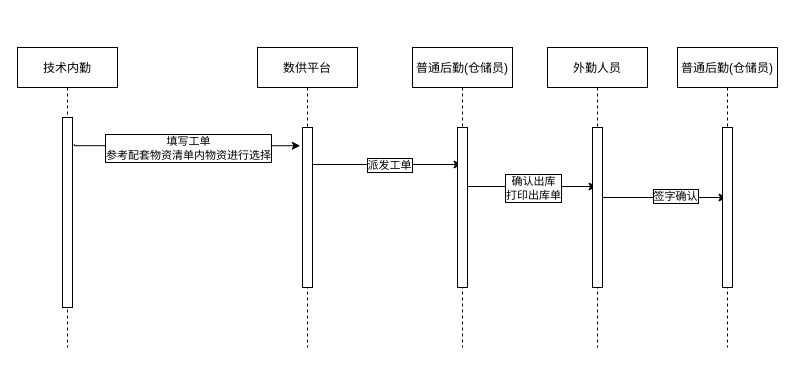
Above: 出库流程图.drawio in KongValley/Bilibili-desc (draw.io), before the change. Source tidied: cells renumbered, new cells numbered last; positions are measured from the earlier drawing's top-left corner, leaving out a move shared by most shapes. Both pictures are drawn from the tidied source at 100%, with x=0, y=0 at pixel (17, 47).
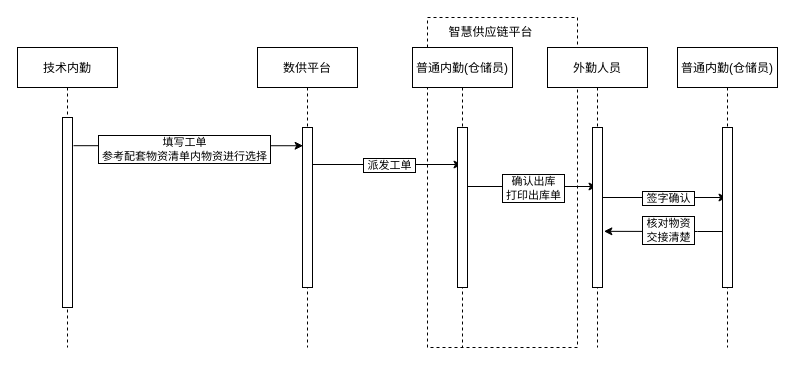
The same page after the edit.

Commit message:
更新出库流程图.drawio

The change refers to these unchanged cells:
```xml
<mxCell id="3" style="points=[];perimeter=orthogonalPerimeter;rounded=0;shadow=0;strokeWidth=1;" parent="2" vertex="1">
  <mxGeometry x="45" y="70" width="10" height="190" as="geometry" />
</mxCell>
<mxCell id="4" style="edgeStyle=orthogonalEdgeStyle;rounded=0;orthogonalLoop=1;jettySize=auto;html=1;" parent="1" edge="1">
  <mxGeometry relative="1" as="geometry">
    <mxPoint x="289.5" y="117" as="sourcePoint" />
    <mxPoint x="444.5" y="117" as="targetPoint" />
  </mxGeometry>
</mxCell>
<mxCell id="7" style="points=[];perimeter=orthogonalPerimeter;rounded=0;shadow=0;strokeWidth=1;" parent="6" vertex="1">
  <mxGeometry x="45" y="80" width="10" height="160" as="geometry" />
</mxCell>
<mxCell id="10" style="edgeStyle=orthogonalEdgeStyle;rounded=0;orthogonalLoop=1;jettySize=auto;html=1;" parent="1" edge="1">
  <mxGeometry relative="1" as="geometry">
    <mxPoint x="444.5" y="139" as="sourcePoint" />
    <mxPoint x="579.5" y="139" as="targetPoint" />
  </mxGeometry>
</mxCell>
<mxCell id="14" style="edgeStyle=orthogonalEdgeStyle;rounded=0;jettySize=auto;html=1;" parent="1" edge="1" source="16" target="18">
  <mxGeometry relative="1" as="geometry" />
</mxCell>
<mxCell id="17" style="points=[];perimeter=orthogonalPerimeter;rounded=0;shadow=0;strokeWidth=1;" parent="16" vertex="1">
  <mxGeometry x="45" y="80" width="10" height="160" as="geometry" />
</mxCell>
<mxCell id="19" style="points=[];perimeter=orthogonalPerimeter;rounded=0;shadow=0;strokeWidth=1;" parent="18" vertex="1">
  <mxGeometry x="45" y="80" width="10" height="160" as="geometry" />
</mxCell>
```

Diff of the diagram source:
```diff
@@
+    <mxCell id="20" style="group;" parent="1" vertex="1">
+      <mxGeometry x="410" y="-30" width="150" height="330" as="geometry" />
+    </mxCell>
+    <mxCell id="21" style="rounded=0;whiteSpace=wrap;html=1;dashed=1;" parent="20" vertex="1">
+      <mxGeometry width="150" height="330" as="geometry" />
+    </mxCell>
+    <mxCell id="22" value="智慧供应链平台" style="text;html=1;strokeColor=none;fillColor=none;align=center;verticalAlign=middle;whiteSpace=wrap;rounded=0;dashed=1;" parent="20" vertex="1">
+      <mxGeometry width="126.9" height="30" as="geometry" />
+    </mxCell>
@@
-    <mxCell id="5" value="派发工单" style="edgeLabel;html=1;align=center;verticalAlign=middle;labelBorderColor=default;" parent="4" vertex="1">
+    <mxCell id="5" value="&amp;nbsp;派发工单&amp;nbsp;" style="edgeLabel;html=1;align=center;verticalAlign=middle;labelBorderColor=default;" parent="4" vertex="1">
       <mxGeometry x="-0.23" y="-3" relative="1" as="geometry">
         <mxPoint x="22" y="-3" as="offset" />
       </mxGeometry>
     </mxCell>
@@
-    <mxCell id="8" style="edgeStyle=orthogonalEdgeStyle;rounded=0;jettySize=auto;html=1;entryX=-0.22;entryY=0.114;entryDx=0;entryDy=0;entryPerimeter=0;exitX=1.18;exitY=0.14;exitDx=0;exitDy=0;exitPerimeter=0;" parent="1" edge="1" source="3" target="7">
+    <mxCell id="8" style="edgeStyle=orthogonalEdgeStyle;rounded=0;jettySize=auto;html=1;exitX=1.1;exitY=0.144;exitDx=0;exitDy=0;exitPerimeter=0;entryX=0.06;entryY=0.114;entryDx=0;entryDy=0;entryPerimeter=0;" parent="1" edge="1" source="3" target="7">
       <mxGeometry relative="1" as="geometry">
         <Array as="points">
-          <mxPoint x="57" y="98" />
+          <mxPoint x="286" y="97" />
         </Array>
       </mxGeometry>
     </mxCell>
-    <mxCell id="9" value="填写工单&lt;br&gt;参考配套物资清单内物资进行选择" style="edgeLabel;html=1;align=center;verticalAlign=middle;labelBorderColor=default;" parent="8" vertex="1">
+    <mxCell id="9" value="填写工单&lt;br&gt;&amp;nbsp;参考配套物资清单内物资进行选择&amp;nbsp;" style="edgeLabel;html=1;align=center;verticalAlign=middle;labelBorderColor=default;" parent="8" vertex="1">
       <mxGeometry x="0.22" y="-2" relative="1" as="geometry">
-        <mxPoint x="-24" as="offset" />
+        <mxPoint x="-29" y="1" as="offset" />
       </mxGeometry>
     </mxCell>
@@
-    <mxCell id="11" value="确认出库&lt;br&gt;打印出库单" style="edgeLabel;html=1;align=center;verticalAlign=middle;labelBorderColor=default;" parent="10" vertex="1">
+    <mxCell id="11" value="确认出库&lt;br&gt;&amp;nbsp;打印出库单&amp;nbsp;" style="edgeLabel;html=1;align=center;verticalAlign=middle;labelBorderColor=default;" parent="10" vertex="1">
       <mxGeometry x="0.19" y="-1" relative="1" as="geometry">
         <mxPoint x="-9" as="offset" />
       </mxGeometry>
     </mxCell>
-    <mxCell id="12" value="普通后勤(仓储员)" style="shape=umlLifeline;perimeter=lifelinePerimeter;rounded=0;shadow=0;strokeWidth=1;" parent="1" vertex="1">
+    <mxCell id="12" value="普通内勤(仓储员)" style="shape=umlLifeline;perimeter=lifelinePerimeter;rounded=0;shadow=0;strokeWidth=1;" parent="1" vertex="1">
       <mxGeometry x="395" width="100" height="300" as="geometry" />
     </mxCell>
@@
-    <mxCell id="15" value="签字确认" style="edgeLabel;html=1;align=center;verticalAlign=middle;labelBorderColor=default;" parent="14" vertex="1">
-      <mxGeometry x="0.31" y="2" relative="1" as="geometry" />
+    <mxCell id="15" value="&amp;nbsp;签字确认&amp;nbsp;" style="edgeLabel;html=1;align=center;verticalAlign=middle;labelBorderColor=default;" parent="14" vertex="1">
+      <mxGeometry x="0.31" y="2" relative="1" as="geometry">
+        <mxPoint x="-7" y="2" as="offset" />
+      </mxGeometry>
     </mxCell>
@@
-    <mxCell id="18" value="普通后勤(仓储员)" style="shape=umlLifeline;perimeter=lifelinePerimeter;rounded=0;shadow=0;strokeWidth=1;" parent="1" vertex="1">
+    <mxCell id="18" value="普通内勤(仓储员)" style="shape=umlLifeline;perimeter=lifelinePerimeter;rounded=0;shadow=0;strokeWidth=1;" parent="1" vertex="1">
       <mxGeometry x="660" width="100" height="300" as="geometry" />
     </mxCell>
@@
+    <mxCell id="23" style="edgeStyle=orthogonalEdgeStyle;rounded=0;jettySize=auto;html=1;entryX=1.14;entryY=0.649;entryDx=0;entryDy=0;entryPerimeter=0;" parent="1" edge="1" source="19" target="17">
+      <mxGeometry relative="1" as="geometry">
+        <Array as="points">
+          <mxPoint x="680" y="184" />
+          <mxPoint x="680" y="184" />
+        </Array>
+      </mxGeometry>
+    </mxCell>
+    <mxCell id="24" value="&amp;nbsp;核对物资&amp;nbsp;&lt;br&gt;&amp;nbsp;交接清楚&amp;nbsp;" style="edgeLabel;html=1;align=center;verticalAlign=middle;labelBorderColor=default;" parent="23" vertex="1">
+      <mxGeometry x="-0.24" y="-1" relative="1" as="geometry">
+        <mxPoint x="-10" as="offset" />
+      </mxGeometry>
+    </mxCell>
```
